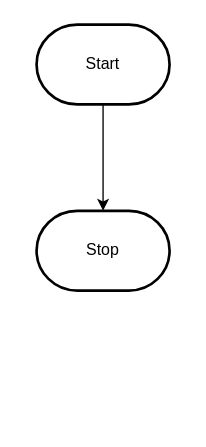
Earlier version of the draw.io diagram design/flowchart.drawio (MTHS-ICD2O-1-2023/ICD2O-Unit-5-06-yoochan-han). Source tidied: cells renumbered, new cells numbered last; positions are measured from the earlier drawing's top-left corner, leaving out a move shared by most shapes. Both pictures are drawn from the tidied source at 133%, with x=0, y=0 at pixel (36, 24).
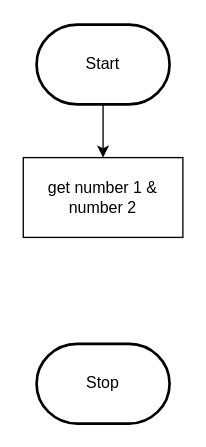
The same diagram, later.

Diff of the diagram source:
```diff
@@
 <mxGraphModel>
   <root>
     <mxCell id="0" />
     <mxCell id="1" parent="0" />
-    <mxCell id="2" style="edgeStyle=orthogonalEdgeStyle;html=1;rounded=0;" parent="1" edge="1" source="3" target="4">
-      <mxGeometry relative="1" as="geometry" />
-    </mxCell>
+    <mxCell id="5" style="edgeStyle=none;html=1;" parent="1" edge="1" source="3" target="2">
+      <mxGeometry relative="1" as="geometry" />
+    </mxCell>
     <mxCell id="3" value="Start" style="strokeWidth=2;html=1;shape=mxgraph.flowchart.terminator;whiteSpace=wrap;" parent="1" vertex="1">
       <mxGeometry width="100" height="60" as="geometry" />
     </mxCell>
     <mxCell id="4" value="Stop" style="strokeWidth=2;html=1;shape=mxgraph.flowchart.terminator;whiteSpace=wrap;" parent="1" vertex="1">
-      <mxGeometry y="140" width="100" height="60" as="geometry" />
+      <mxGeometry y="240" width="100" height="60" as="geometry" />
     </mxCell>
+    <mxCell id="2" value="get number 1 &amp;amp; number 2" style="rounded=0;whiteSpace=wrap;html=1;" parent="1" vertex="1">
+      <mxGeometry x="-10" y="100" width="120" height="60" as="geometry" />
+    </mxCell>
   </root>
 </mxGraphModel>
```
